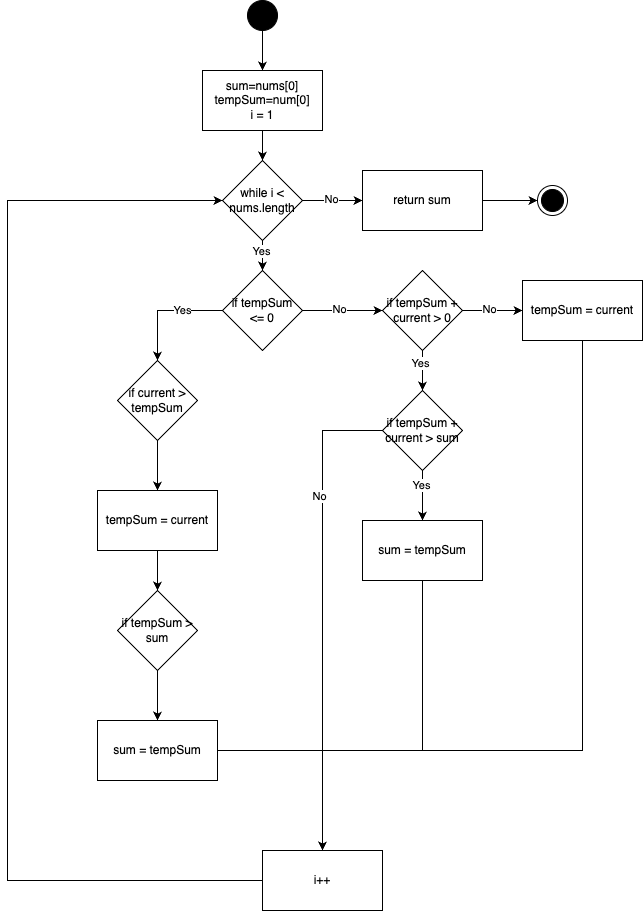
Above: misc/MaximumSubarray.png in menghuali/BigO (draw.io), before the change. Source tidied: cells renumbered, new cells last; positions are measured from the earlier drawing's top-left corner, leaving out a move shared by most shapes.
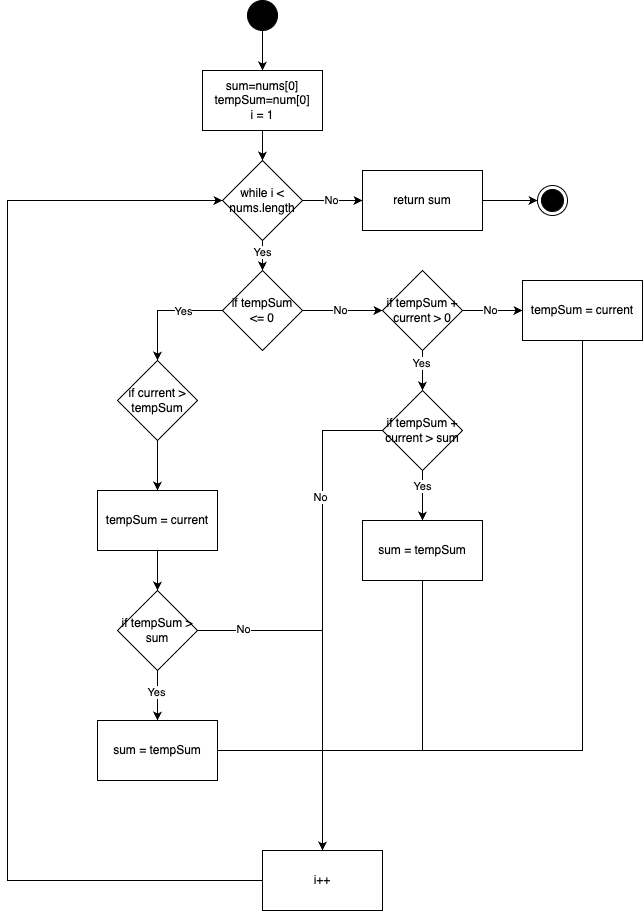
After the commit.

Commit message:
updated diagram of MaxSubarray

What changed in the source:
```diff
@@ -53,6 +53,15 @@
     <mxCell id="18" style="edgeStyle=orthogonalEdgeStyle;rounded=0;jettySize=auto;html=1;" parent="1" edge="1" source="19" target="21">
       <mxGeometry relative="1" as="geometry" />
     </mxCell>
+    <mxCell id="43" value="Yes" style="edgeLabel;html=1;align=center;verticalAlign=middle;" parent="18" vertex="1">
+      <mxGeometry x="-0.16" y="-2" relative="1" as="geometry" />
+    </mxCell>
+    <mxCell id="44" style="edgeStyle=orthogonalEdgeStyle;rounded=0;jettySize=auto;html=1;" parent="1" edge="1" source="19" target="35">
+      <mxGeometry relative="1" as="geometry" />
+    </mxCell>
+    <mxCell id="45" value="No" style="edgeLabel;html=1;align=center;verticalAlign=middle;" parent="44" vertex="1">
+      <mxGeometry x="-0.74" y="2" relative="1" as="geometry" />
+    </mxCell>
     <mxCell id="19" value="if tempSum &amp;gt; sum" style="rhombus;whiteSpace=wrap;html=1;" parent="1" vertex="1">
       <mxGeometry x="110" y="590" width="80" height="80" as="geometry" />
     </mxCell>
```
